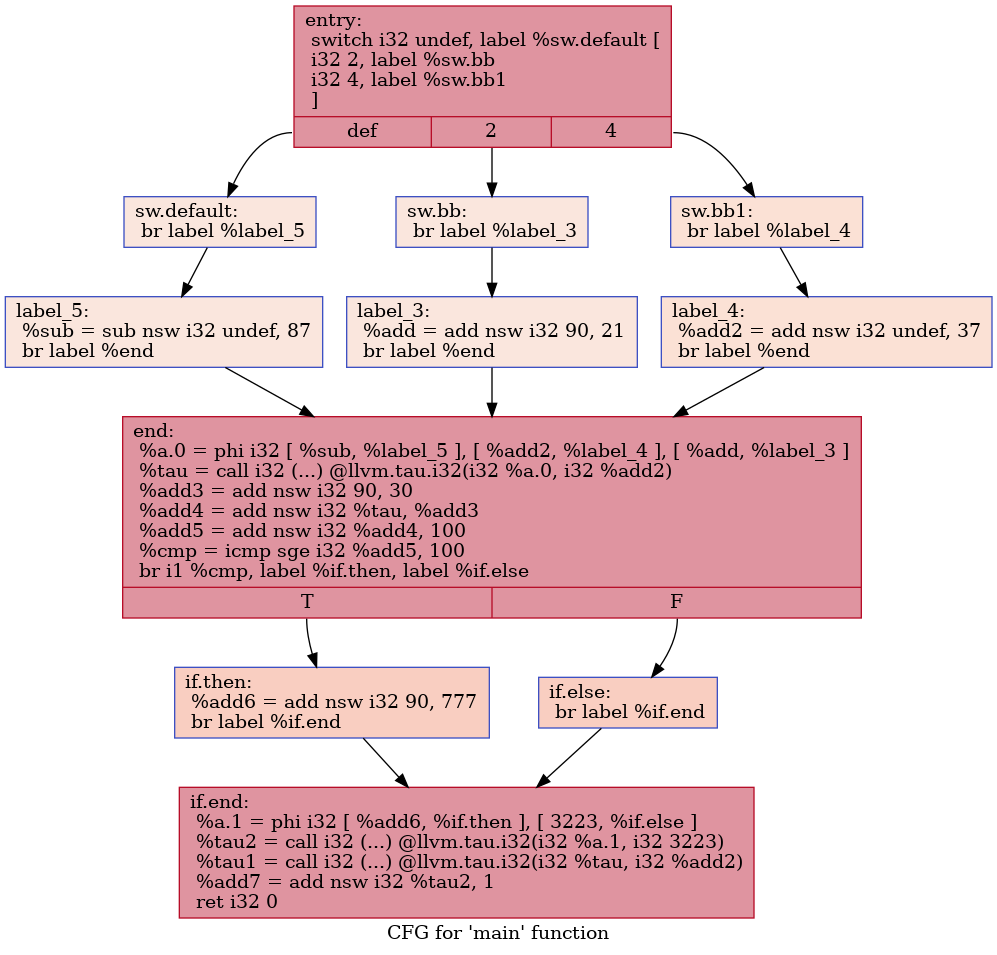
This is IR/cfg/afterHPSSA.dot.png from HPSSA-LLVM/HPSSA-LLVM, a Graphviz export, as it was before one commit. Its source is kept beside it as IR/cfg/afterHPSSA.dot.
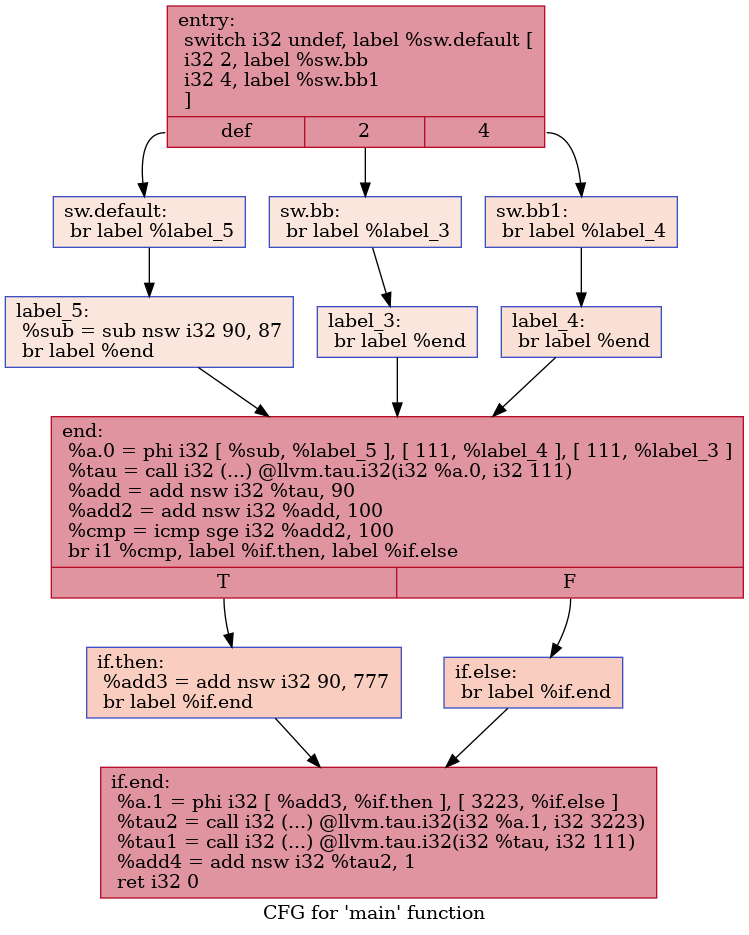
After the commit.

The edit, as a diff of the source:
```diff
@@ -1,28 +1,28 @@
 digraph "CFG for 'main' function" {
 	label="CFG for 'main' function";
 
-	Node0x5622b05ea990 [shape=record,color="#b70d28ff", style=filled, fillcolor="#b70d2870",label="{entry:\l  switch i32 undef, label %sw.default [\l    i32 2, label %sw.bb\l    i32 4, label %sw.bb1\l  ]\l|{<s0>def|<s1>2|<s2>4}}"];
-	Node0x5622b05ea990:s0 -> Node0x5622b05eaef0;
-	Node0x5622b05ea990:s1 -> Node0x5622b05eaf70;
-	Node0x5622b05ea990:s2 -> Node0x5622b05eb010;
-	Node0x5622b05eaf70 [shape=record,color="#3d50c3ff", style=filled, fillcolor="#f3c7b170",label="{sw.bb:                                            \l  br label %label_3\l}"];
-	Node0x5622b05eaf70 -> Node0x5622b05eb1a0;
-	Node0x5622b05eb010 [shape=record,color="#3d50c3ff", style=filled, fillcolor="#f7bca170",label="{sw.bb1:                                           \l  br label %label_4\l}"];
-	Node0x5622b05eb010 -> Node0x5622b05eb280;
-	Node0x5622b05eaef0 [shape=record,color="#3d50c3ff", style=filled, fillcolor="#f3c7b170",label="{sw.default:                                       \l  br label %label_5\l}"];
-	Node0x5622b05eaef0 -> Node0x5622b05eb360;
-	Node0x5622b05eb1a0 [shape=record,color="#3d50c3ff", style=filled, fillcolor="#f3c7b170",label="{label_3:                                          \l  %add = add nsw i32 90, 21\l  br label %end\l}"];
-	Node0x5622b05eb1a0 -> Node0x5622b05eb550;
-	Node0x5622b05eb280 [shape=record,color="#3d50c3ff", style=filled, fillcolor="#f7bca170",label="{label_4:                                          \l  %add2 = add nsw i32 undef, 37\l  br label %end\l}"];
-	Node0x5622b05eb280 -> Node0x5622b05eb550;
-	Node0x5622b05eb360 [shape=record,color="#3d50c3ff", style=filled, fillcolor="#f3c7b170",label="{label_5:                                          \l  %sub = sub nsw i32 undef, 87\l  br label %end\l}"];
-	Node0x5622b05eb360 -> Node0x5622b05eb550;
-	Node0x5622b05eb550 [shape=record,color="#b70d28ff", style=filled, fillcolor="#b70d2870",label="{end:                                              \l  %a.0 = phi i32 [ %sub, %label_5 ], [ %add2, %label_4 ], [ %add, %label_3 ]\l  %tau = call i32 (...) @llvm.tau.i32(i32 %a.0, i32 %add2)\l  %add3 = add nsw i32 90, 30\l  %add4 = add nsw i32 %tau, %add3\l  %add5 = add nsw i32 %add4, 100\l  %cmp = icmp sge i32 %add5, 100\l  br i1 %cmp, label %if.then, label %if.else\l|{<s0>T|<s1>F}}"];
-	Node0x5622b05eb550:s0 -> Node0x5622b05ec070;
-	Node0x5622b05eb550:s1 -> Node0x5622b05ec0e0;
-	Node0x5622b05ec070 [shape=record,color="#3d50c3ff", style=filled, fillcolor="#f2907270",label="{if.then:                                          \l  %add6 = add nsw i32 90, 777\l  br label %if.end\l}"];
-	Node0x5622b05ec070 -> Node0x5622b05ec2e0;
-	Node0x5622b05ec0e0 [shape=record,color="#3d50c3ff", style=filled, fillcolor="#f2907270",label="{if.else:                                          \l  br label %if.end\l}"];
-	Node0x5622b05ec0e0 -> Node0x5622b05ec2e0;
-	Node0x5622b05ec2e0 [shape=record,color="#b70d28ff", style=filled, fillcolor="#b70d2870",label="{if.end:                                           \l  %a.1 = phi i32 [ %add6, %if.then ], [ 3223, %if.else ]\l  %tau2 = call i32 (...) @llvm.tau.i32(i32 %a.1, i32 3223)\l  %tau1 = call i32 (...) @llvm.tau.i32(i32 %tau, i32 %add2)\l  %add7 = add nsw i32 %tau2, 1\l  ret i32 0\l}"];
+	Node0x5597a2e50920 [shape=record,color="#b70d28ff", style=filled, fillcolor="#b70d2870",label="{entry:\l  switch i32 undef, label %sw.default [\l    i32 2, label %sw.bb\l    i32 4, label %sw.bb1\l  ]\l|{<s0>def|<s1>2|<s2>4}}"];
+	Node0x5597a2e50920:s0 -> Node0x5597a2e50e80;
+	Node0x5597a2e50920:s1 -> Node0x5597a2e50f00;
+	Node0x5597a2e50920:s2 -> Node0x5597a2e50fa0;
+	Node0x5597a2e50f00 [shape=record,color="#3d50c3ff", style=filled, fillcolor="#f3c7b170",label="{sw.bb:                                            \l  br label %label_3\l}"];
+	Node0x5597a2e50f00 -> Node0x5597a2e51130;
+	Node0x5597a2e50fa0 [shape=record,color="#3d50c3ff", style=filled, fillcolor="#f7bca170",label="{sw.bb1:                                           \l  br label %label_4\l}"];
+	Node0x5597a2e50fa0 -> Node0x5597a2e51210;
+	Node0x5597a2e50e80 [shape=record,color="#3d50c3ff", style=filled, fillcolor="#f3c7b170",label="{sw.default:                                       \l  br label %label_5\l}"];
+	Node0x5597a2e50e80 -> Node0x5597a2e512f0;
+	Node0x5597a2e51130 [shape=record,color="#3d50c3ff", style=filled, fillcolor="#f3c7b170",label="{label_3:                                          \l  br label %end\l}"];
+	Node0x5597a2e51130 -> Node0x5597a2e513d0;
+	Node0x5597a2e51210 [shape=record,color="#3d50c3ff", style=filled, fillcolor="#f7bca170",label="{label_4:                                          \l  br label %end\l}"];
+	Node0x5597a2e51210 -> Node0x5597a2e513d0;
+	Node0x5597a2e512f0 [shape=record,color="#3d50c3ff", style=filled, fillcolor="#f3c7b170",label="{label_5:                                          \l  %sub = sub nsw i32 90, 87\l  br label %end\l}"];
+	Node0x5597a2e512f0 -> Node0x5597a2e513d0;
+	Node0x5597a2e513d0 [shape=record,color="#b70d28ff", style=filled, fillcolor="#b70d2870",label="{end:                                              \l  %a.0 = phi i32 [ %sub, %label_5 ], [ 111, %label_4 ], [ 111, %label_3 ]\l  %tau = call i32 (...) @llvm.tau.i32(i32 %a.0, i32 111)\l  %add = add nsw i32 %tau, 90\l  %add2 = add nsw i32 %add, 100\l  %cmp = icmp sge i32 %add2, 100\l  br i1 %cmp, label %if.then, label %if.else\l|{<s0>T|<s1>F}}"];
+	Node0x5597a2e513d0:s0 -> Node0x5597a2e51d90;
+	Node0x5597a2e513d0:s1 -> Node0x5597a2e51e00;
+	Node0x5597a2e51d90 [shape=record,color="#3d50c3ff", style=filled, fillcolor="#f2907270",label="{if.then:                                          \l  %add3 = add nsw i32 90, 777\l  br label %if.end\l}"];
+	Node0x5597a2e51d90 -> Node0x5597a2e52000;
+	Node0x5597a2e51e00 [shape=record,color="#3d50c3ff", style=filled, fillcolor="#f2907270",label="{if.else:                                          \l  br label %if.end\l}"];
+	Node0x5597a2e51e00 -> Node0x5597a2e52000;
+	Node0x5597a2e52000 [shape=record,color="#b70d28ff", style=filled, fillcolor="#b70d2870",label="{if.end:                                           \l  %a.1 = phi i32 [ %add3, %if.then ], [ 3223, %if.else ]\l  %tau2 = call i32 (...) @llvm.tau.i32(i32 %a.1, i32 3223)\l  %tau1 = call i32 (...) @llvm.tau.i32(i32 %tau, i32 111)\l  %add4 = add nsw i32 %tau2, 1\l  ret i32 0\l}"];
 }
```
